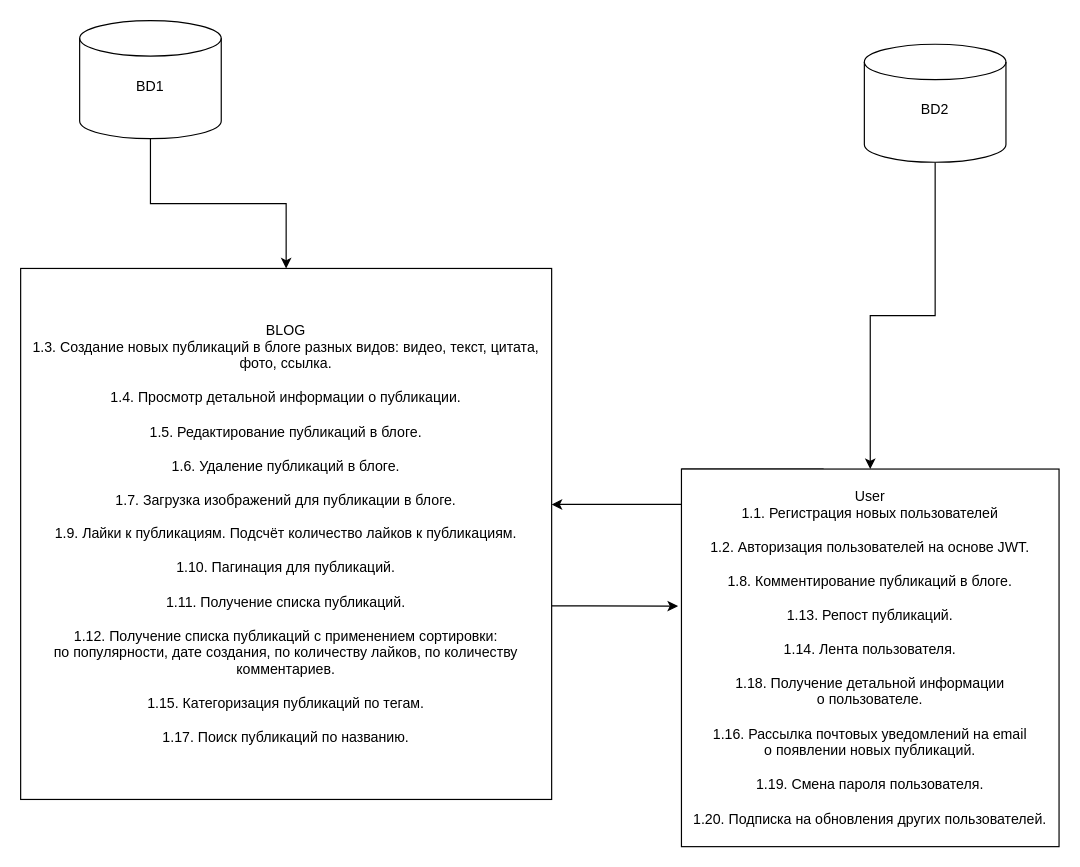
This is specification.drawio from htmlacademy-nestjs/2041303-readme-2, a draw.io file, before an edit. Source tidied: cells renumbered, new cells numbered last; positions are measured from the earlier drawing's top-left corner, leaving out a move shared by most shapes. Both pictures are drawn from the tidied source at 118%, with x=0, y=0 at pixel (20, 20).
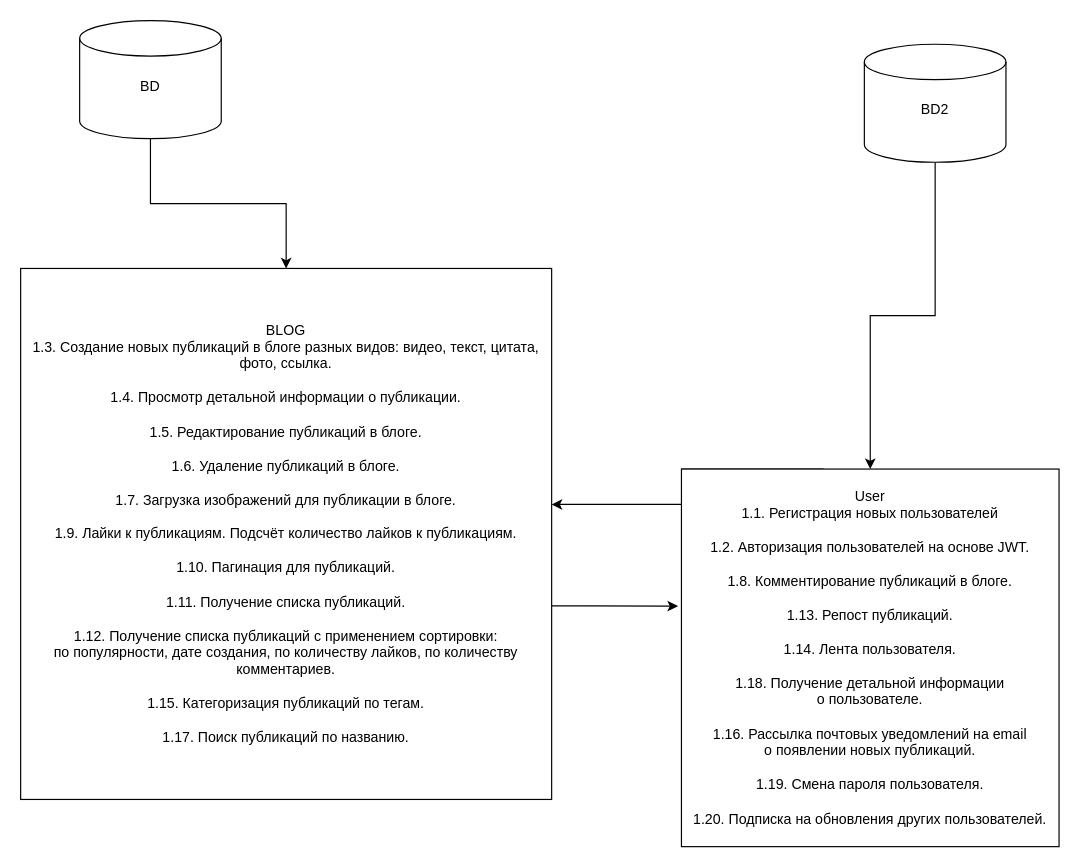
Above is the later version.

Diff of the diagram source:
```diff
@@
 <mxGraphModel>
   <root>
     <mxCell id="0" />
     <mxCell id="1" parent="0" />
     <mxCell id="2" style="edgeStyle=orthogonalEdgeStyle;rounded=0;jettySize=auto;html=1;exitX=0;exitY=0;exitDx=0;exitDy=0;" parent="1" edge="1" source="3" target="5">
       <mxGeometry relative="1" as="geometry">
         <Array as="points">
           <mxPoint x="680" y="380" />
           <mxPoint x="680" y="410" />
         </Array>
       </mxGeometry>
     </mxCell>
     <mxCell id="3" value="&lt;div&gt;User&lt;/div&gt;&lt;div&gt;1.1. Регистрация новых пользователей&lt;/div&gt;&lt;div&gt;&lt;br&gt;&lt;/div&gt;&lt;div&gt;1.2. Авторизация пользователей на&amp;nbsp;основе JWT.&lt;/div&gt;&lt;div&gt;&lt;br&gt;&lt;/div&gt;&lt;div&gt;1.8. Комментирование публикаций в&amp;nbsp;блоге.&lt;/div&gt;&lt;div&gt;&lt;br&gt;&lt;/div&gt;&lt;div&gt;1.13. Репост публикаций.&lt;/div&gt;&lt;div&gt;&lt;br&gt;&lt;/div&gt;&lt;div&gt;1.14. Лента пользователя.&lt;/div&gt;&lt;div&gt;&lt;br&gt;&lt;/div&gt;&lt;div&gt;1.18. Получение детальной информации о&amp;nbsp;пользователе.&lt;br&gt;&lt;br&gt;1.16. Рассылка почтовых уведомлений на&amp;nbsp;email о&amp;nbsp;появлении новых публикаций.&lt;/div&gt;&lt;div&gt;&lt;br&gt;&lt;/div&gt;&lt;div&gt;1.19. Смена пароля пользователя.&lt;br&gt;&lt;br&gt;1.20. Подписка на&amp;nbsp;обновления других пользователей.&lt;/div&gt;" style="whiteSpace=wrap;html=1;" parent="1" vertex="1">
       <mxGeometry x="560" y="380" width="320" height="320" as="geometry" />
     </mxCell>
     <mxCell id="4" style="edgeStyle=orthogonalEdgeStyle;rounded=0;jettySize=auto;html=1;entryX=-0.009;entryY=0.363;entryDx=0;entryDy=0;entryPerimeter=0;" parent="1" edge="1" source="5" target="3">
       <mxGeometry relative="1" as="geometry">
         <Array as="points">
           <mxPoint x="480" y="496" />
           <mxPoint x="480" y="496" />
         </Array>
       </mxGeometry>
     </mxCell>
     <mxCell id="5" value="&lt;div&gt;BLOG &lt;br&gt;&lt;/div&gt;&lt;div&gt;1.3. Создание новых публикаций в&amp;nbsp;блоге разных видов: видео, текст, цитата, фото, ссылка.&lt;/div&gt;&lt;br&gt;1.4. Просмотр детальной информации о&amp;nbsp;публикации.&lt;br&gt;&lt;br&gt;1.5. Редактирование публикаций в&amp;nbsp;блоге.&lt;br&gt;&lt;br&gt;1.6. Удаление публикаций в&amp;nbsp;блоге.&lt;br&gt;&lt;div&gt;&lt;br&gt;1.7. Загрузка изображений для публикации в&amp;nbsp;блоге.&lt;/div&gt;&lt;div&gt;&lt;br&gt;&lt;/div&gt;&lt;div&gt;1.9. Лайки к&amp;nbsp;публикациям. Подсчёт количество лайков к&amp;nbsp;публикациям.&lt;/div&gt;&lt;div&gt;&lt;br&gt;&lt;/div&gt;&lt;div&gt;1.10. Пагинация для публикаций.&lt;br&gt;&lt;br&gt;1.11. Получение списка публикаций.&lt;br&gt;&lt;br&gt;1.12. Получение списка публикаций с&amp;nbsp;применением сортировки: &lt;br&gt;по&amp;nbsp;популярности, дате создания, по&amp;nbsp;количеству лайков, по&amp;nbsp;количеству &lt;br&gt;комментариев.&lt;/div&gt;&lt;div&gt;&lt;br&gt;&lt;/div&gt;&lt;div&gt;1.15. Категоризация публикаций по&amp;nbsp;тегам.&lt;br&gt;&lt;br&gt;1.17. Поиск публикаций по&amp;nbsp;названию.&lt;/div&gt;" style="whiteSpace=wrap;html=1;" parent="1" vertex="1">
       <mxGeometry y="210" width="450" height="450" as="geometry" />
     </mxCell>
     <mxCell id="6" style="edgeStyle=orthogonalEdgeStyle;rounded=0;jettySize=auto;html=1;entryX=0.5;entryY=0;entryDx=0;entryDy=0;" parent="1" edge="1" source="7" target="5">
       <mxGeometry relative="1" as="geometry" />
     </mxCell>
-    <mxCell id="7" value="&lt;div&gt;BD1&lt;/div&gt;&lt;div&gt;&lt;br&gt;&lt;/div&gt;" style="shape=cylinder3;whiteSpace=wrap;html=1;boundedLbl=1;backgroundOutline=1;size=15;" parent="1" vertex="1">
+    <mxCell id="7" value="&lt;div&gt;BD&lt;/div&gt;&lt;div&gt;&lt;br&gt;&lt;/div&gt;" style="shape=cylinder3;whiteSpace=wrap;html=1;boundedLbl=1;backgroundOutline=1;size=15;" parent="1" vertex="1">
       <mxGeometry x="50" width="120" height="100" as="geometry" />
     </mxCell>
     <mxCell id="8" style="edgeStyle=orthogonalEdgeStyle;rounded=0;jettySize=auto;html=1;exitX=0.5;exitY=1;exitDx=0;exitDy=0;exitPerimeter=0;entryX=0.5;entryY=0;entryDx=0;entryDy=0;" parent="1" edge="1" source="9" target="3">
       <mxGeometry relative="1" as="geometry" />
     </mxCell>
     <mxCell id="9" value="&lt;div&gt;BD2&lt;/div&gt;&lt;div&gt;&lt;br&gt;&lt;/div&gt;" style="shape=cylinder3;whiteSpace=wrap;html=1;boundedLbl=1;backgroundOutline=1;size=15;" parent="1" vertex="1">
       <mxGeometry x="715" y="20" width="120" height="100" as="geometry" />
     </mxCell>
   </root>
 </mxGraphModel>
```
